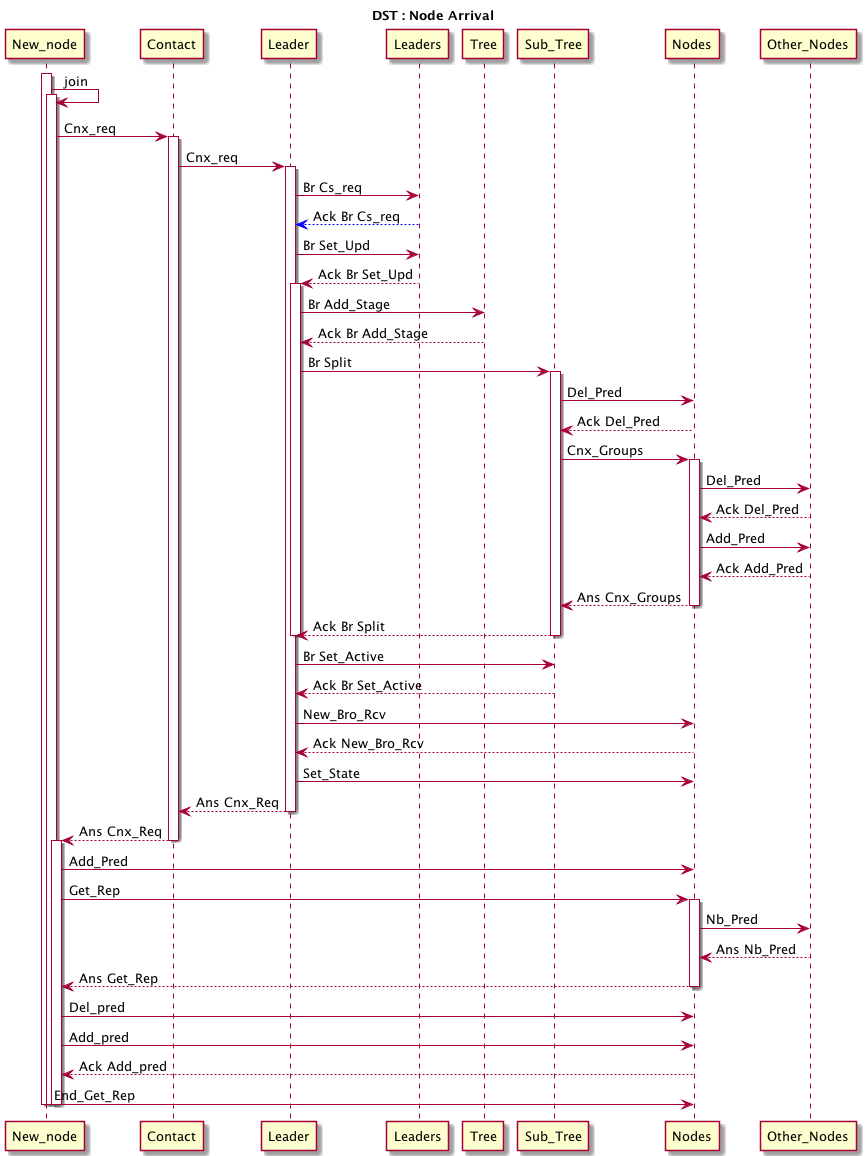
The PlantUML diagram doc/UML/DST_Arrival.png in tof25/DST, before a commit.
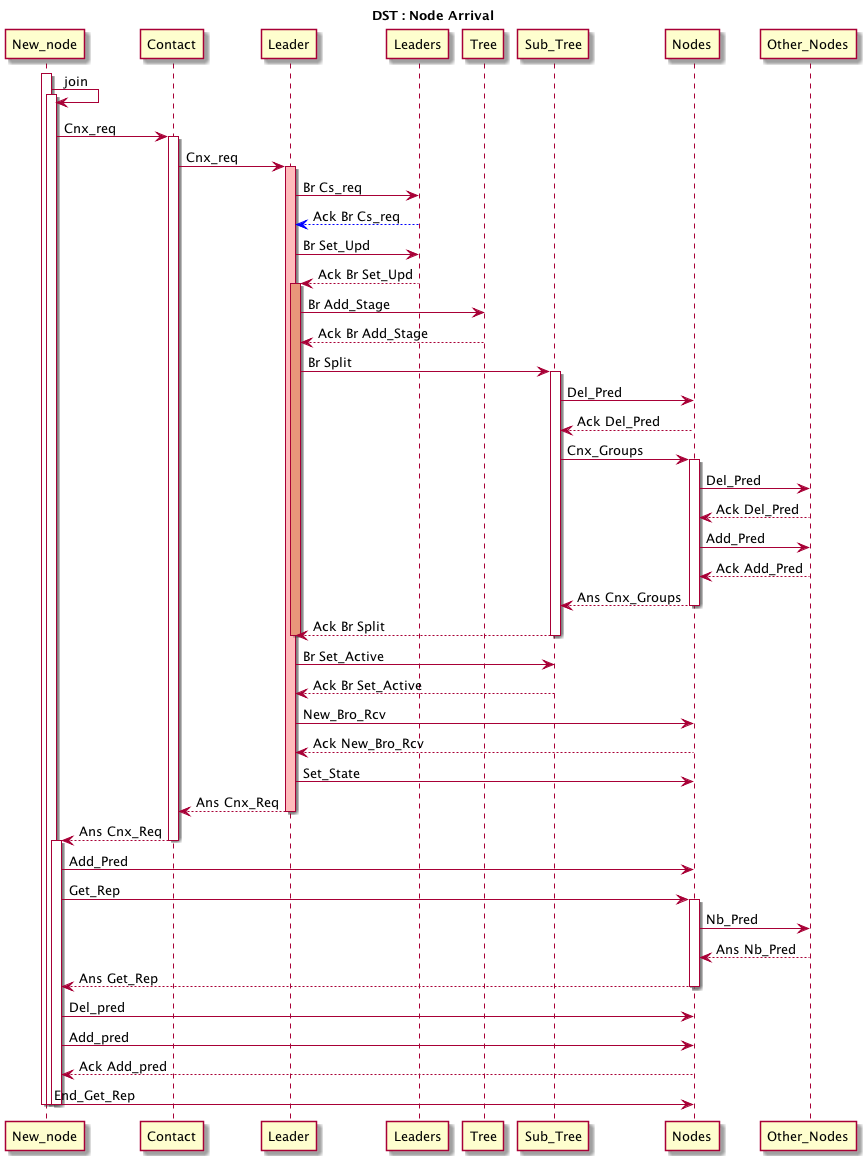
After the change.

What changed in the source:
```diff
@@ -9,14 +9,14 @@
 activate Contact
 Contact -> Leader: Cnx_req
 
-activate Leader
+activate Leader #FFBBBB
 Leader -> Leaders: Br Cs_req
 Leaders -[#0000FF]-> Leader: Ack Br Cs_req
 
 Leader -> Leaders: Br Set_Upd
 Leaders --> Leader: Ack Br Set_Upd
 
-activate Leader
+activate Leader #DarkSalmon
 Leader -> Tree: Br Add_Stage
 Tree --> Leader: Ack Br Add_Stage
 Leader -> Sub_Tree: Br Split
```
